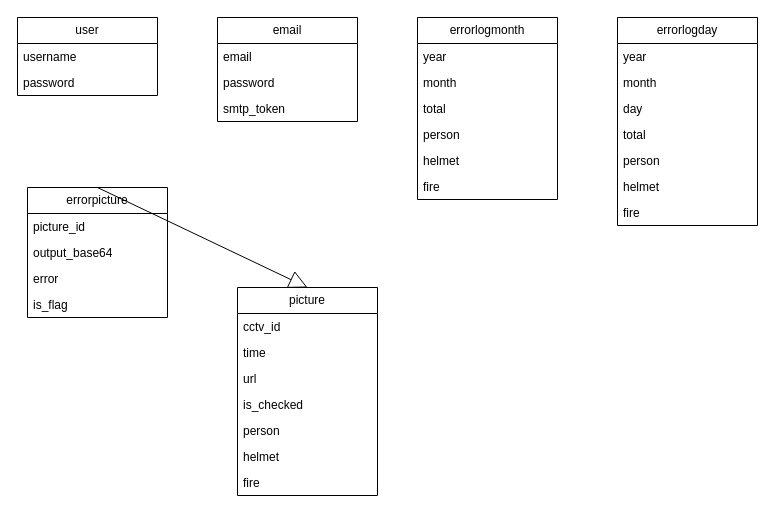
Earlier version of the draw.io diagram Draw.io/本科毕业设计/数据模型图.drawio (Arete-FFF/PicGo). Source tidied: cells renumbered, new cells numbered last; positions are measured from the earlier drawing's top-left corner, leaving out a move shared by most shapes. Both pictures are drawn from the tidied source at 100%, with x=0, y=0 at pixel (17, 17).
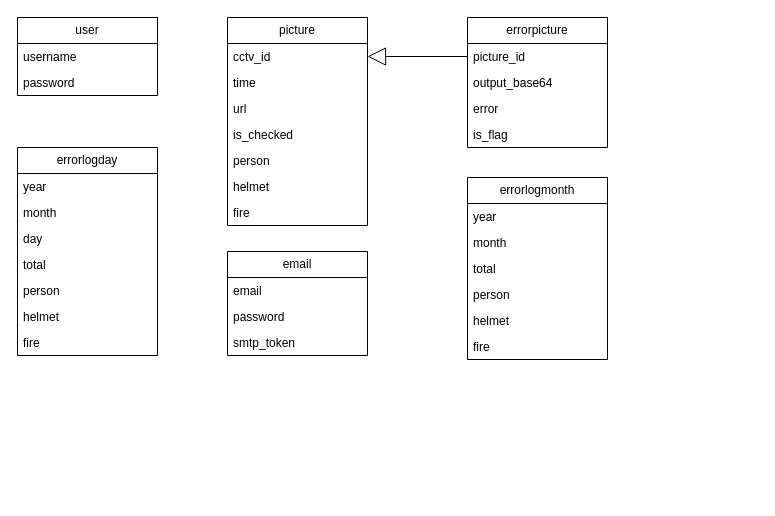
The same page after the edit.

Commit message:
更新数据模型图.drawio

Unchanged cells that the change refers to:
```xml
<mxCell id="10" value="cctv_id" style="text;strokeColor=none;fillColor=none;align=left;verticalAlign=top;spacingLeft=4;spacingRight=4;overflow=hidden;points=[[0,0.5],[1,0.5]];portConstraint=eastwest;whiteSpace=wrap;html=1;" parent="9" vertex="1">
  <mxGeometry y="26" width="140" height="26" as="geometry" />
</mxCell>
<mxCell id="18" value="picture_id" style="text;strokeColor=none;fillColor=none;align=left;verticalAlign=top;spacingLeft=4;spacingRight=4;overflow=hidden;points=[[0,0.5],[1,0.5]];portConstraint=eastwest;whiteSpace=wrap;html=1;" parent="17" vertex="1">
  <mxGeometry y="26" width="140" height="26" as="geometry" />
</mxCell>
```

The edit, as a diff of the source:
```diff
@@
     <mxCell id="5" value="email" style="swimlane;fontStyle=0;horizontal=1;startSize=26;fillColor=none;whiteSpace=wrap;html=1;" parent="1" vertex="1">
-      <mxGeometry x="200" width="140" height="104" as="geometry" />
+      <mxGeometry x="210" y="234" width="140" height="104" as="geometry" />
     </mxCell>
@@
     <mxCell id="9" value="picture" style="swimlane;fontStyle=0;horizontal=1;startSize=26;fillColor=none;whiteSpace=wrap;html=1;" parent="1" vertex="1">
-      <mxGeometry x="220" y="270" width="140" height="208" as="geometry" />
+      <mxGeometry x="210" width="140" height="208" as="geometry" />
     </mxCell>
@@
     <mxCell id="17" value="errorpicture" style="swimlane;fontStyle=0;horizontal=1;startSize=26;fillColor=none;whiteSpace=wrap;html=1;" parent="1" vertex="1">
-      <mxGeometry x="10" y="170" width="140" height="130" as="geometry" />
+      <mxGeometry x="450" width="140" height="130" as="geometry" />
     </mxCell>
@@
     <mxCell id="22" value="errorlogmonth" style="swimlane;fontStyle=0;horizontal=1;startSize=26;fillColor=none;whiteSpace=wrap;html=1;" parent="1" vertex="1">
-      <mxGeometry x="400" width="140" height="182" as="geometry" />
+      <mxGeometry x="450" y="160" width="140" height="182" as="geometry" />
     </mxCell>
@@
     <mxCell id="29" value="errorlogday" style="swimlane;fontStyle=0;horizontal=1;startSize=26;fillColor=none;whiteSpace=wrap;html=1;" parent="1" vertex="1">
-      <mxGeometry x="600" width="140" height="208" as="geometry" />
+      <mxGeometry y="130" width="140" height="208" as="geometry" />
     </mxCell>
@@
-    <mxCell id="37" style="endArrow=block;endSize=16;endFill=0;html=1;rounded=0;entryX=0.5;entryY=0;entryDx=0;entryDy=0;exitX=0.5;exitY=0;exitDx=0;exitDy=0;" parent="1" edge="1" source="17" target="9">
+    <mxCell id="37" style="endArrow=block;endSize=16;endFill=0;html=1;rounded=0;entryX=1;entryY=0.5;entryDx=0;entryDy=0;exitX=0;exitY=0.5;exitDx=0;exitDy=0;" parent="1" edge="1" source="18" target="10">
       <mxGeometry relative="1" as="geometry" />
     </mxCell>
```
